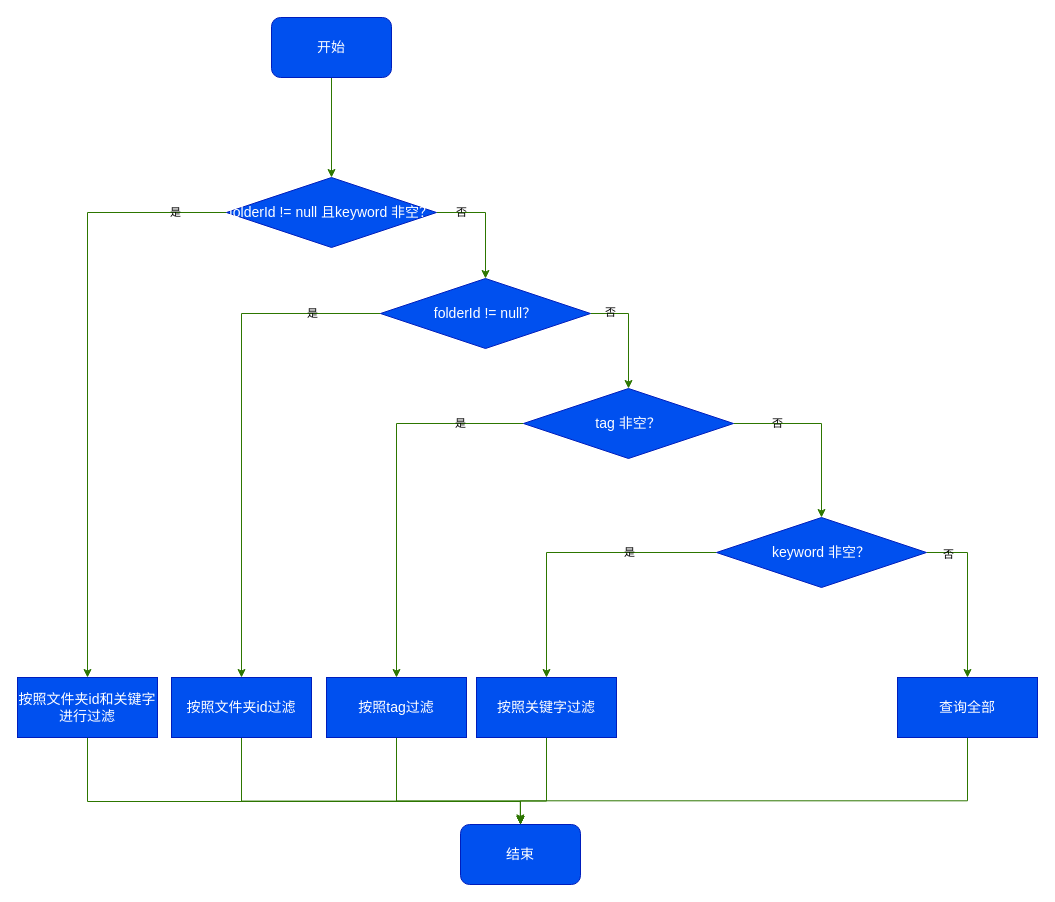
This is 文件展示程序流程图.drawio from SeekLife0/diagrams, a draw.io file, before an edit. Source tidied: cells renumbered, new cells numbered last; positions are measured from the earlier drawing's top-left corner, leaving out a move shared by most shapes. Both pictures are drawn from the tidied source at 100%, with x=0, y=0 at pixel (17, 17).
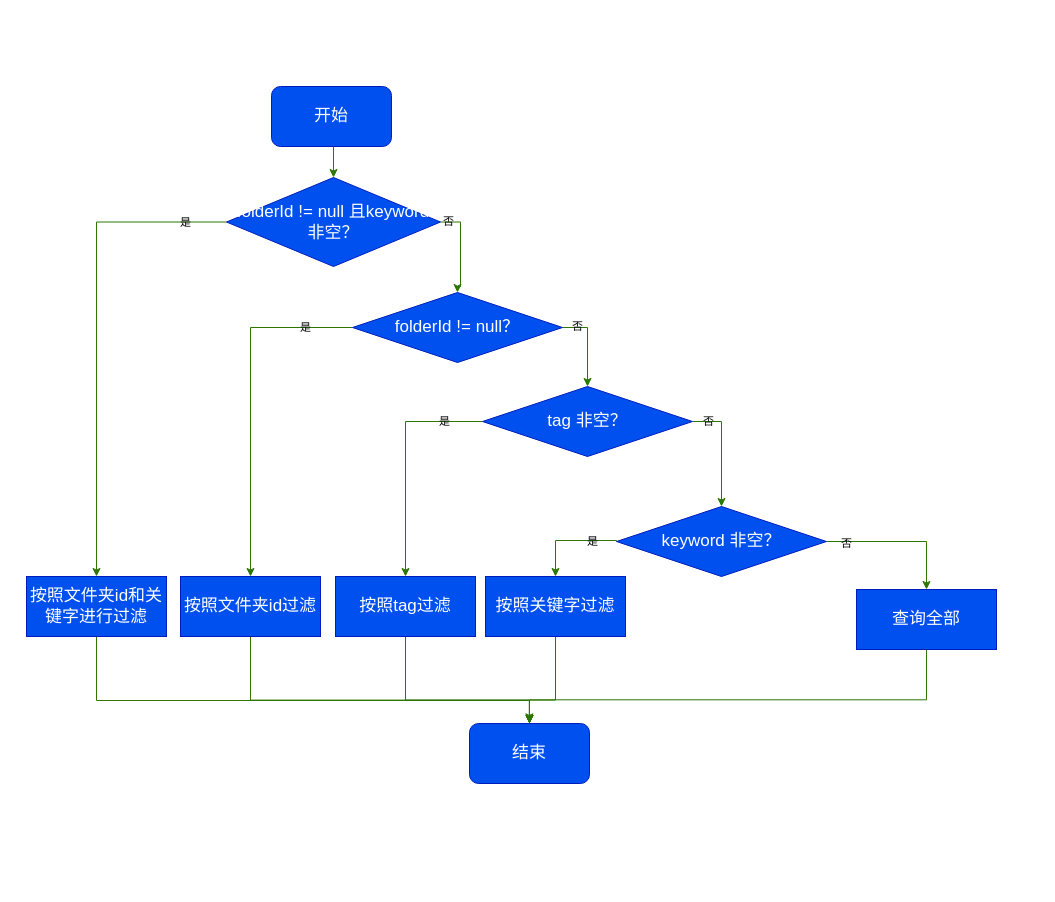
Above is the later version.

Commit message:
更新文件展示程序流程图.drawio

What changed in the source:
```diff
@@
-    <mxCell id="3" value="开始" style="rounded=1;whiteSpace=wrap;html=1;fillColor=#0050ef;fontColor=#ffffff;strokeColor=#001DBC;fontSize=14;" parent="1" vertex="1">
-      <mxGeometry x="254" width="120" height="60" as="geometry" />
+    <mxCell id="3" value="开始" style="rounded=1;whiteSpace=wrap;html=1;fillColor=#0050ef;fontColor=#ffffff;strokeColor=#001DBC;fontSize=17;" parent="1" vertex="1">
+      <mxGeometry x="254" y="69" width="120" height="60" as="geometry" />
     </mxCell>
@@
     <mxCell id="5" value="否" style="edgeStyle=orthogonalEdgeStyle;rounded=0;jettySize=auto;html=1;exitX=1;exitY=0.5;exitDx=0;exitDy=0;entryX=0.5;entryY=0;entryDx=0;entryDy=0;fillColor=#60a917;strokeColor=#2D7600;labelBackgroundColor=none;fontColor=light-dark(#000000,#000000);" parent="1" edge="1" source="6" target="9">
-      <mxGeometry x="-0.56" relative="1" as="geometry" />
+      <mxGeometry x="-0.82" y="1" relative="1" as="geometry" />
     </mxCell>
-    <mxCell id="6" value="folderId != null 且keyword 非空？" style="rhombus;whiteSpace=wrap;html=1;shapeInside=1;fillColor=#0050ef;fontColor=#ffffff;strokeColor=#001DBC;fontSize=14;" parent="1" vertex="1">
-      <mxGeometry x="209" y="160" width="210" height="70" as="geometry" />
+    <mxCell id="6" value="folderId != null 且keyword 非空？" style="rhombus;whiteSpace=wrap;html=1;shapeInside=1;fillColor=#0050ef;fontColor=#ffffff;strokeColor=#001DBC;fontSize=17;" parent="1" vertex="1">
+      <mxGeometry x="209" y="160" width="214" height="89" as="geometry" />
     </mxCell>
@@
-    <mxCell id="9" value="&lt;div&gt;folderId != null？&lt;/div&gt;" style="rhombus;whiteSpace=wrap;html=1;shapeInside=1;fillColor=#0050ef;fontColor=#ffffff;strokeColor=#001DBC;fontSize=14;" parent="1" vertex="1">
-      <mxGeometry x="363" y="261" width="210" height="70" as="geometry" />
+    <mxCell id="9" value="&lt;div&gt;folderId != null？&lt;/div&gt;" style="rhombus;whiteSpace=wrap;html=1;shapeInside=1;fillColor=#0050ef;fontColor=#ffffff;strokeColor=#001DBC;fontSize=17;" parent="1" vertex="1">
+      <mxGeometry x="335" y="275" width="210" height="70" as="geometry" />
     </mxCell>
     <mxCell id="10" style="edgeStyle=orthogonalEdgeStyle;rounded=0;jettySize=auto;html=1;exitX=0.5;exitY=1;exitDx=0;exitDy=0;fillColor=#60a917;strokeColor=#2D7600;entryX=0.5;entryY=0;entryDx=0;entryDy=0;" parent="1" edge="1" source="11" target="26">
       <mxGeometry relative="1" as="geometry">
         <Array as="points">
-          <mxPoint x="70" y="784" />
-          <mxPoint x="503" y="784" />
+          <mxPoint x="79" y="683" />
+          <mxPoint x="512" y="683" />
         </Array>
       </mxGeometry>
     </mxCell>
-    <mxCell id="11" value="按照文件夹id和关键字进行过滤" style="rounded=0;whiteSpace=wrap;html=1;fillColor=#0050ef;fontColor=#ffffff;strokeColor=#001DBC;fontSize=14;" parent="1" vertex="1">
-      <mxGeometry y="660" width="140" height="60" as="geometry" />
+    <mxCell id="11" value="按照文件夹id和关键字进行过滤" style="rounded=0;whiteSpace=wrap;html=1;fillColor=#0050ef;fontColor=#ffffff;strokeColor=#001DBC;fontSize=17;" parent="1" vertex="1">
+      <mxGeometry x="9" y="559" width="140" height="60" as="geometry" />
     </mxCell>
     <mxCell id="12" style="edgeStyle=orthogonalEdgeStyle;rounded=0;jettySize=auto;html=1;exitX=0.5;exitY=1;exitDx=0;exitDy=0;entryX=0.5;entryY=0;entryDx=0;entryDy=0;fillColor=#60a917;strokeColor=#2D7600;" parent="1" edge="1" source="13" target="26">
       <mxGeometry relative="1" as="geometry">
         <Array as="points">
-          <mxPoint x="224" y="783.6" />
-          <mxPoint x="503" y="783.6" />
+          <mxPoint x="233" y="682.6" />
+          <mxPoint x="512" y="682.6" />
         </Array>
       </mxGeometry>
     </mxCell>
-    <mxCell id="13" value="按照文件夹id过滤" style="rounded=0;whiteSpace=wrap;html=1;fillColor=#0050ef;fontColor=#ffffff;strokeColor=#001DBC;fontSize=14;" parent="1" vertex="1">
-      <mxGeometry x="154" y="660" width="140" height="60" as="geometry" />
+    <mxCell id="13" value="按照文件夹id过滤" style="rounded=0;whiteSpace=wrap;html=1;fillColor=#0050ef;fontColor=#ffffff;strokeColor=#001DBC;fontSize=17;" parent="1" vertex="1">
+      <mxGeometry x="163" y="559" width="140" height="60" as="geometry" />
     </mxCell>
@@
     <mxCell id="15" value="否" style="edgeStyle=orthogonalEdgeStyle;rounded=0;jettySize=auto;html=1;exitX=1;exitY=0.5;exitDx=0;exitDy=0;entryX=0.5;entryY=0;entryDx=0;entryDy=0;fillColor=#60a917;strokeColor=#2D7600;labelBackgroundColor=none;fontColor=light-dark(#000000,#000000);" parent="1" edge="1" source="16" target="21">
-      <mxGeometry x="-0.52" relative="1" as="geometry" />
+      <mxGeometry x="-0.72" relative="1" as="geometry" />
     </mxCell>
-    <mxCell id="16" value="tag 非空？" style="rhombus;whiteSpace=wrap;html=1;shapeInside=1;fillColor=#0050ef;fontColor=#ffffff;strokeColor=#001DBC;fontSize=14;" parent="1" vertex="1">
-      <mxGeometry x="506" y="371" width="210" height="70" as="geometry" />
+    <mxCell id="16" value="tag 非空？" style="rhombus;whiteSpace=wrap;html=1;shapeInside=1;fillColor=#0050ef;fontColor=#ffffff;strokeColor=#001DBC;fontSize=17;" parent="1" vertex="1">
+      <mxGeometry x="465" y="369" width="210" height="70" as="geometry" />
     </mxCell>
     <mxCell id="17" style="edgeStyle=orthogonalEdgeStyle;rounded=0;jettySize=auto;html=1;exitX=0.5;exitY=1;exitDx=0;exitDy=0;fillColor=#60a917;strokeColor=#2D7600;" parent="1" edge="1" source="18" target="26">
       <mxGeometry relative="1" as="geometry">
         <Array as="points">
-          <mxPoint x="379" y="783.6" />
-          <mxPoint x="503" y="783.6" />
+          <mxPoint x="388" y="682.6" />
+          <mxPoint x="512" y="682.6" />
         </Array>
       </mxGeometry>
     </mxCell>
-    <mxCell id="18" value="按照tag过滤" style="rounded=0;whiteSpace=wrap;html=1;fillColor=#0050ef;fontColor=#ffffff;strokeColor=#001DBC;fontSize=14;" parent="1" vertex="1">
-      <mxGeometry x="309" y="660" width="140" height="60" as="geometry" />
+    <mxCell id="18" value="按照tag过滤" style="rounded=0;whiteSpace=wrap;html=1;fillColor=#0050ef;fontColor=#ffffff;strokeColor=#001DBC;fontSize=17;" parent="1" vertex="1">
+      <mxGeometry x="318" y="559" width="140" height="60" as="geometry" />
     </mxCell>
-    <mxCell id="19" value="是" style="edgeStyle=orthogonalEdgeStyle;rounded=0;jettySize=auto;html=1;exitX=0;exitY=0.5;exitDx=0;exitDy=0;entryX=0.5;entryY=0;entryDx=0;entryDy=0;fillColor=#60a917;strokeColor=#2D7600;labelBackgroundColor=none;fontColor=light-dark(#000000,#000000);" parent="1" edge="1" source="21" target="23">
-      <mxGeometry x="-0.41" relative="1" as="geometry" />
+    <mxCell id="19" value="是" style="edgeStyle=orthogonalEdgeStyle;rounded=0;jettySize=auto;html=1;exitX=0;exitY=0.5;exitDx=0;exitDy=0;fillColor=#60a917;strokeColor=#2D7600;labelBackgroundColor=none;fontColor=light-dark(#000000,#000000);entryX=0.5;entryY=0;entryDx=0;entryDy=0;" parent="1" edge="1" source="21" target="23">
+      <mxGeometry x="-0.49" y="1" relative="1" as="geometry">
+        <Array as="points">
+          <mxPoint x="599" y="523" />
+          <mxPoint x="538.8" y="523" />
+          <mxPoint x="538.8" y="559" />
+        </Array>
+      </mxGeometry>
     </mxCell>
-    <mxCell id="20" value="否" style="edgeStyle=orthogonalEdgeStyle;rounded=0;jettySize=auto;html=1;exitX=1;exitY=0.5;exitDx=0;exitDy=0;entryX=0.5;entryY=0;entryDx=0;entryDy=0;fontColor=light-dark(#000000,#000000);fillColor=#60a917;strokeColor=#2D7600;labelBackgroundColor=none;" parent="1" edge="1" source="21" target="25">
+    <mxCell id="20" value="否" style="edgeStyle=orthogonalEdgeStyle;rounded=0;jettySize=auto;html=1;exitX=1;exitY=0.5;exitDx=0;exitDy=0;fontColor=light-dark(#000000,#000000);fillColor=#60a917;strokeColor=#2D7600;labelBackgroundColor=none;entryX=0.5;entryY=0;entryDx=0;entryDy=0;" parent="1" edge="1" source="21" target="25">
       <mxGeometry x="-0.73" y="-2" relative="1" as="geometry">
         <Array as="points">
-          <mxPoint x="950.5" y="535" />
-          <mxPoint x="950.5" y="660" />
+          <mxPoint x="909" y="524" />
         </Array>
       </mxGeometry>
     </mxCell>
-    <mxCell id="21" value="keyword 非空？" style="rhombus;whiteSpace=wrap;html=1;shapeInside=1;fillColor=#0050ef;fontColor=#ffffff;strokeColor=#001DBC;fontSize=14;" parent="1" vertex="1">
-      <mxGeometry x="699" y="500" width="210" height="70" as="geometry" />
+    <mxCell id="21" value="keyword 非空？" style="rhombus;whiteSpace=wrap;html=1;shapeInside=1;fillColor=#0050ef;fontColor=#ffffff;strokeColor=#001DBC;fontSize=17;" parent="1" vertex="1">
+      <mxGeometry x="599" y="489" width="210" height="70" as="geometry" />
     </mxCell>
     <mxCell id="22" style="edgeStyle=orthogonalEdgeStyle;rounded=0;jettySize=auto;html=1;exitX=0.5;exitY=1;exitDx=0;exitDy=0;entryX=0.5;entryY=0;entryDx=0;entryDy=0;fillColor=#60a917;strokeColor=#2D7600;" parent="1" edge="1" source="23" target="26">
       <mxGeometry relative="1" as="geometry">
         <Array as="points">
-          <mxPoint x="529" y="783.6" />
-          <mxPoint x="503" y="783.6" />
+          <mxPoint x="538" y="682.6" />
+          <mxPoint x="512" y="682.6" />
         </Array>
       </mxGeometry>
     </mxCell>
-    <mxCell id="23" value="按照关键字过滤" style="rounded=0;whiteSpace=wrap;html=1;fillColor=#0050ef;fontColor=#ffffff;strokeColor=#001DBC;fontSize=14;" parent="1" vertex="1">
-      <mxGeometry x="459" y="660" width="140" height="60" as="geometry" />
+    <mxCell id="23" value="按照关键字过滤" style="rounded=0;whiteSpace=wrap;html=1;fillColor=#0050ef;fontColor=#ffffff;strokeColor=#001DBC;fontSize=17;" parent="1" vertex="1">
+      <mxGeometry x="468" y="559" width="140" height="60" as="geometry" />
     </mxCell>
     <mxCell id="24" style="edgeStyle=orthogonalEdgeStyle;rounded=0;jettySize=auto;html=1;exitX=0.5;exitY=1;exitDx=0;exitDy=0;fillColor=#60a917;strokeColor=#2D7600;" parent="1" edge="1" source="25">
       <mxGeometry relative="1" as="geometry">
-        <mxPoint x="502.8" y="805.4" as="targetPoint" />
+        <mxPoint x="511.8" y="704.4" as="targetPoint" />
         <Array as="points">
-          <mxPoint x="950" y="783.3" />
-          <mxPoint x="502.8" y="783.3" />
+          <mxPoint x="909" y="682.3" />
+          <mxPoint x="511.8" y="682.3" />
         </Array>
       </mxGeometry>
     </mxCell>
-    <mxCell id="25" value="查询全部" style="rounded=0;whiteSpace=wrap;html=1;fillColor=#0050ef;fontColor=#ffffff;strokeColor=#001DBC;fontSize=14;" parent="1" vertex="1">
-      <mxGeometry x="880" y="660" width="140" height="60" as="geometry" />
+    <mxCell id="25" value="查询全部" style="rounded=0;whiteSpace=wrap;html=1;fillColor=#0050ef;fontColor=#ffffff;strokeColor=#001DBC;fontSize=17;" parent="1" vertex="1">
+      <mxGeometry x="839" y="572" width="140" height="60" as="geometry" />
     </mxCell>
-    <mxCell id="26" value="结束" style="rounded=1;whiteSpace=wrap;html=1;fillColor=#0050ef;fontColor=#ffffff;strokeColor=#001DBC;fontSize=14;" parent="1" vertex="1">
-      <mxGeometry x="443" y="807" width="120" height="60" as="geometry" />
+    <mxCell id="26" value="结束" style="rounded=1;whiteSpace=wrap;html=1;fillColor=#0050ef;fontColor=#ffffff;strokeColor=#001DBC;fontSize=17;" parent="1" vertex="1">
+      <mxGeometry x="452" y="706" width="120" height="60" as="geometry" />
     </mxCell>
```
